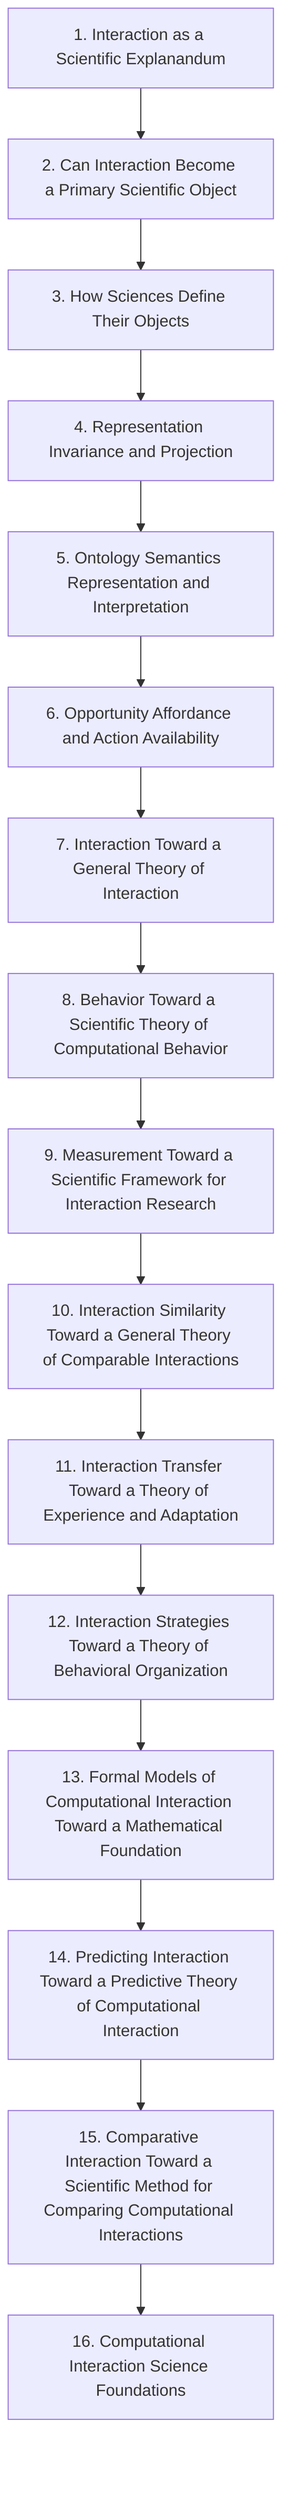
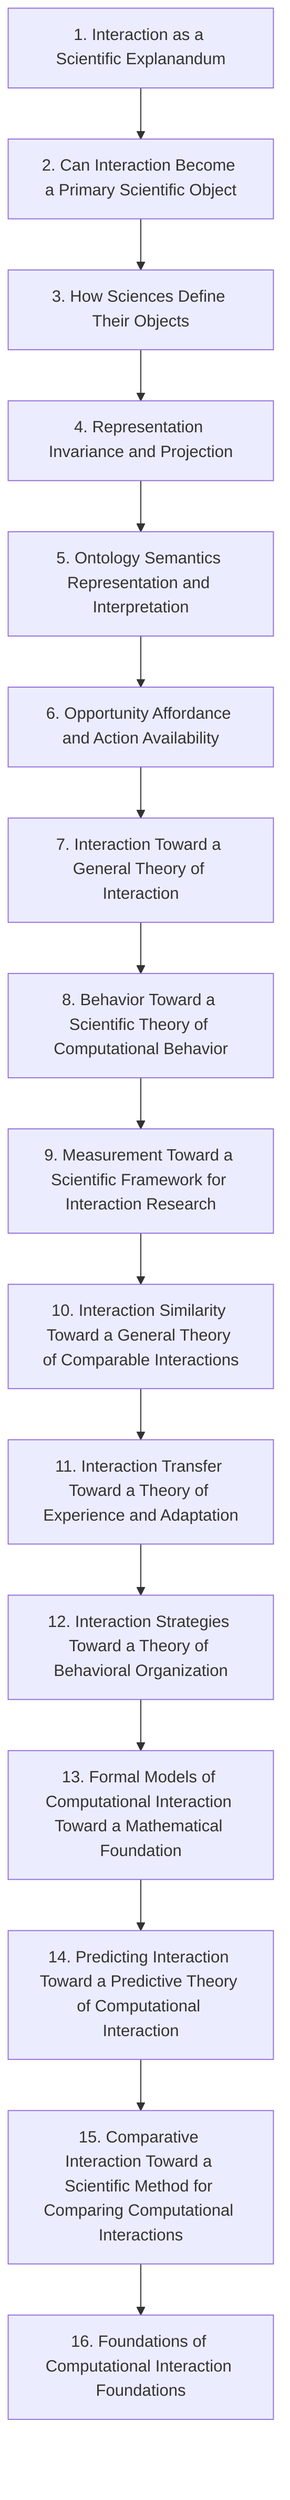
flowchart TD
  P1["1. Interaction as a Scientific Explanandum"]
  P2["2. Can Interaction Become a Primary Scientific Object"]
  P3["3. How Sciences Define Their Objects"]
  P4["4. Representation Invariance and Projection"]
  P5["5. Ontology Semantics Representation and Interpretation"]
  P6["6. Opportunity Affordance and Action Availability"]
  P7["7. Interaction Toward a General Theory of Interaction"]
  P8["8. Behavior Toward a Scientific Theory of Computational Behavior"]
  P9["9. Measurement Toward a Scientific Framework for Interaction Research"]
  P10["10. Interaction Similarity Toward a General Theory of Comparable Interactions"]
  P11["11. Interaction Transfer Toward a Theory of Experience and Adaptation"]
  P12["12. Interaction Strategies Toward a Theory of Behavioral Organization"]
  P13["13. Formal Models of Computational Interaction Toward a Mathematical Foundation"]
  P14["14. Predicting Interaction Toward a Predictive Theory of Computational Interaction"]
  P15["15. Comparative Interaction Toward a Scientific Method for Comparing Computational Interactions"]
-   P16["16. Computational Interaction Science Foundations"]
+   P16["16. Foundations of Computational Interaction Foundations"]
  P1 --> P2
  P2 --> P3
  P3 --> P4
  P4 --> P5
  P5 --> P6
  P6 --> P7
  P7 --> P8
  P8 --> P9
  P9 --> P10
  P10 --> P11
  P11 --> P12
  P12 --> P13
  P13 --> P14
  P14 --> P15
  P15 --> P16